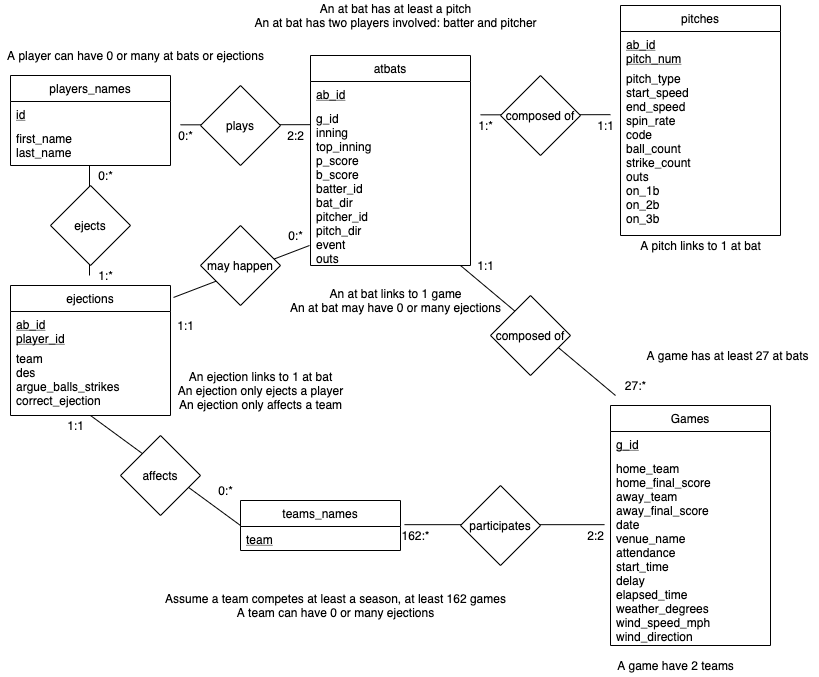
Earlier version of the draw.io export Design/ER Model/MLB_ER.png (Matt1504/ECE356-Project). Source tidied: cells renumbered, new cells last; positions are measured from the earlier drawing's top-left corner, leaving out a move shared by most shapes.
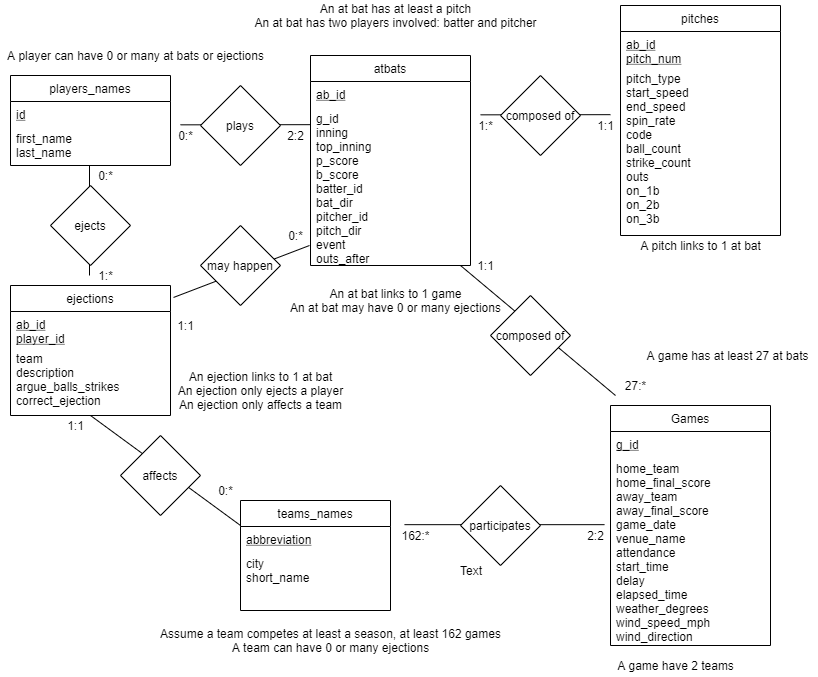
The same file after the commit.

The edit, as a diff of the source:
```diff
@@ -1,50 +1,50 @@
-<mxGraphModel background="#ffffff">
+<mxGraphModel>
   <root>
-    <mxCell id="0" />
-    <mxCell id="1" parent="0" />
-    <mxCell id="2" style="endArrow=none;html=1;" parent="1" edge="1">
-      <mxGeometry relative="1" as="geometry">
-        <mxPoint x="460" y="265" as="sourcePoint" />
-        <mxPoint x="615" y="395" as="targetPoint" />
-      </mxGeometry>
-    </mxCell>
-    <mxCell id="3" style="endArrow=none;html=1;" parent="1" edge="1">
-      <mxGeometry relative="1" as="geometry">
-        <mxPoint x="180" y="124.3" as="sourcePoint" />
-        <mxPoint x="310" y="124.2" as="targetPoint" />
-      </mxGeometry>
-    </mxCell>
-    <mxCell id="4" style="endArrow=none;html=1;" parent="1" edge="1">
-      <mxGeometry relative="1" as="geometry">
-        <mxPoint x="480" y="114.3" as="sourcePoint" />
-        <mxPoint x="610" y="114.2" as="targetPoint" />
-      </mxGeometry>
-    </mxCell>
-    <mxCell id="5" style="endArrow=none;html=1;" parent="1" edge="1">
-      <mxGeometry relative="1" as="geometry">
-        <mxPoint x="404" y="524.2" as="sourcePoint" />
-        <mxPoint x="604" y="524.2" as="targetPoint" />
-      </mxGeometry>
-    </mxCell>
+    <mxCell id="55" />
+    <mxCell id="56" parent="55" />
+    <mxCell id="57" style="endArrow=none;html=1;" parent="56" edge="1">
+      <mxGeometry relative="1" as="geometry">
+        <mxPoint x="460" y="265" as="sourcePoint" />
+        <mxPoint x="615" y="395" as="targetPoint" />
+      </mxGeometry>
+    </mxCell>
+    <mxCell id="58" style="endArrow=none;html=1;" parent="56" edge="1">
+      <mxGeometry relative="1" as="geometry">
+        <mxPoint x="180" y="124.3" as="sourcePoint" />
+        <mxPoint x="310" y="124.2" as="targetPoint" />
+      </mxGeometry>
+    </mxCell>
+    <mxCell id="59" style="endArrow=none;html=1;" parent="56" edge="1">
+      <mxGeometry relative="1" as="geometry">
+        <mxPoint x="480" y="114.3" as="sourcePoint" />
+        <mxPoint x="610" y="114.2" as="targetPoint" />
+      </mxGeometry>
+    </mxCell>
+    <mxCell id="60" style="endArrow=none;html=1;" parent="56" edge="1">
+      <mxGeometry relative="1" as="geometry">
+        <mxPoint x="404" y="524.2" as="sourcePoint" />
+        <mxPoint x="604" y="524.2" as="targetPoint" />
+      </mxGeometry>
+    </mxCell>
-    <mxCell id="6" value="Games" style="swimlane;fontStyle=0;align=center;verticalAlign=top;horizontal=1;startSize=26;rounded=0;shadow=0;strokeWidth=1;" parent="1" vertex="1">
+    <mxCell id="6" value="Games" style="swimlane;fontStyle=0;align=center;verticalAlign=top;horizontal=1;startSize=26;rounded=0;shadow=0;strokeWidth=1;" parent="56" vertex="1">
       <mxGeometry x="610" y="405" width="160" height="240" as="geometry" />
     </mxCell>
     <mxCell id="7" value="g_id" style="text;align=left;verticalAlign=top;spacingLeft=4;spacingRight=4;overflow=hidden;fontStyle=4;" parent="6" vertex="1">
       <mxGeometry y="26" width="160" height="24" as="geometry" />
     </mxCell>
-    <mxCell id="8" value="home_team&#10;home_final_score&#10;away_team&#10;away_final_score&#10;date&#10;venue_name&#10;attendance&#10;start_time&#10;delay&#10;elapsed_time&#10;weather_degrees&#10;wind_speed_mph&#10;wind_direction" style="text;align=left;verticalAlign=top;spacingLeft=4;spacingRight=4;overflow=hidden;fontStyle=0;" parent="6" vertex="1">
-      <mxGeometry y="50" width="160" height="190" as="geometry" />
-    </mxCell>
+    <mxCell id="61" value="home_team&#10;home_final_score&#10;away_team&#10;away_final_score&#10;game_date&#10;venue_name&#10;attendance&#10;start_time&#10;delay&#10;elapsed_time&#10;weather_degrees&#10;wind_speed_mph&#10;wind_direction" style="text;align=left;verticalAlign=top;spacingLeft=4;spacingRight=4;overflow=hidden;fontStyle=0;" parent="6" vertex="1">
+      <mxGeometry y="50" width="160" height="190" as="geometry" />
+    </mxCell>
-    <mxCell id="9" value="atbats" style="swimlane;fontStyle=0;align=center;verticalAlign=top;horizontal=1;startSize=26;rounded=0;shadow=0;strokeWidth=1;" parent="1" vertex="1">
+    <mxCell id="9" value="atbats" style="swimlane;fontStyle=0;align=center;verticalAlign=top;horizontal=1;startSize=26;rounded=0;shadow=0;strokeWidth=1;" parent="56" vertex="1">
       <mxGeometry x="310" y="55" width="160" height="210" as="geometry" />
     </mxCell>
     <mxCell id="10" value="ab_id" style="text;align=left;verticalAlign=top;spacingLeft=4;spacingRight=4;overflow=hidden;fontStyle=4;" parent="9" vertex="1">
       <mxGeometry y="26" width="160" height="24" as="geometry" />
     </mxCell>
-    <mxCell id="11" value="g_id&#10;inning&#10;top_inning&#10;p_score&#10;b_score&#10;batter_id&#10;bat_dir&#10;pitcher_id&#10;pitch_dir&#10;event&#10;outs" style="text;align=left;verticalAlign=top;spacingLeft=4;spacingRight=4;overflow=hidden;fontStyle=0;" parent="9" vertex="1">
-      <mxGeometry y="50" width="160" height="160" as="geometry" />
-    </mxCell>
+    <mxCell id="62" value="g_id&#10;inning&#10;top_inning&#10;p_score&#10;b_score&#10;batter_id&#10;bat_dir&#10;pitcher_id&#10;pitch_dir&#10;event&#10;outs_after" style="text;align=left;verticalAlign=top;spacingLeft=4;spacingRight=4;overflow=hidden;fontStyle=0;" parent="9" vertex="1">
+      <mxGeometry y="50" width="160" height="160" as="geometry" />
+    </mxCell>
-    <mxCell id="12" value="players_names" style="swimlane;fontStyle=0;align=center;verticalAlign=top;horizontal=1;startSize=26;rounded=0;shadow=0;strokeWidth=1;" parent="1" vertex="1">
+    <mxCell id="12" value="players_names" style="swimlane;fontStyle=0;align=center;verticalAlign=top;horizontal=1;startSize=26;rounded=0;shadow=0;strokeWidth=1;" parent="56" vertex="1">
       <mxGeometry x="10" y="75" width="160" height="90" as="geometry" />
     </mxCell>
     <mxCell id="13" value="id" style="text;align=left;verticalAlign=top;spacingLeft=4;spacingRight=4;overflow=hidden;fontStyle=4;" parent="12" vertex="1">
@@ -53,7 +53,7 @@
     <mxCell id="14" value="first_name&#10;last_name" style="text;align=left;verticalAlign=top;spacingLeft=4;spacingRight=4;overflow=hidden;fontStyle=0;" parent="12" vertex="1">
       <mxGeometry y="50" width="160" height="40" as="geometry" />
     </mxCell>
-    <mxCell id="15" value="pitches" style="swimlane;fontStyle=0;align=center;verticalAlign=top;horizontal=1;startSize=26;rounded=0;shadow=0;strokeWidth=1;perimeterSpacing=0;" parent="1" vertex="1">
+    <mxCell id="15" value="pitches" style="swimlane;fontStyle=0;align=center;verticalAlign=top;horizontal=1;startSize=26;rounded=0;shadow=0;strokeWidth=1;perimeterSpacing=0;" parent="56" vertex="1">
       <mxGeometry x="620" y="5" width="160" height="230" as="geometry" />
     </mxCell>
     <mxCell id="16" value="ab_id&#10;pitch_num" style="text;align=left;verticalAlign=top;spacingLeft=4;spacingRight=4;overflow=hidden;fontStyle=4;" parent="15" vertex="1">
@@ -62,123 +62,129 @@
     <mxCell id="17" value="pitch_type&#10;start_speed&#10;end_speed&#10;spin_rate&#10;code&#10;ball_count&#10;strike_count&#10;outs&#10;on_1b&#10;on_2b&#10;on_3b" style="text;align=left;verticalAlign=top;spacingLeft=4;spacingRight=4;overflow=hidden;fontStyle=0;" parent="15" vertex="1">
       <mxGeometry y="60" width="160" height="170" as="geometry" />
     </mxCell>
-    <mxCell id="18" value="teams_names" style="swimlane;fontStyle=0;align=center;verticalAlign=top;horizontal=1;startSize=26;rounded=0;shadow=0;strokeWidth=1;" parent="1" vertex="1">
-      <mxGeometry x="240" y="500" width="160" height="50" as="geometry" />
+    <mxCell id="18" value="teams_names" style="swimlane;fontStyle=0;align=center;verticalAlign=top;horizontal=1;startSize=26;rounded=0;shadow=0;strokeWidth=1;" parent="56" vertex="1">
+      <mxGeometry x="240" y="500" width="150" height="110" as="geometry" />
     </mxCell>
-    <mxCell id="19" value="team" style="text;align=left;verticalAlign=top;spacingLeft=4;spacingRight=4;overflow=hidden;fontStyle=4;" parent="18" vertex="1">
-      <mxGeometry y="26" width="160" height="24" as="geometry" />
-    </mxCell>
+    <mxCell id="63" value="abbreviation" style="text;align=left;verticalAlign=top;spacingLeft=4;spacingRight=4;overflow=hidden;fontStyle=4;" parent="18" vertex="1">
+      <mxGeometry y="26" width="150" height="24" as="geometry" />
+    </mxCell>
+    <mxCell id="64" value="city&#10;short_name" style="text;align=left;verticalAlign=top;spacingLeft=4;spacingRight=4;overflow=hidden;fontStyle=0;" parent="18" vertex="1">
+      <mxGeometry y="50" width="150" height="40" as="geometry" />
+    </mxCell>
-    <mxCell id="20" value="participates" style="rhombus;whiteSpace=wrap;html=1;" parent="1" vertex="1">
+    <mxCell id="20" value="participates" style="rhombus;whiteSpace=wrap;html=1;" parent="56" vertex="1">
       <mxGeometry x="460" y="485" width="80" height="80" as="geometry" />
     </mxCell>
-    <mxCell id="21" value="composed of" style="rhombus;whiteSpace=wrap;html=1;" parent="1" vertex="1">
-      <mxGeometry x="490" y="295" width="80" height="80" as="geometry" />
-    </mxCell>
+    <mxCell id="65" value="composed of" style="rhombus;whiteSpace=wrap;html=1;" parent="56" vertex="1">
+      <mxGeometry x="490" y="295" width="80" height="80" as="geometry" />
+    </mxCell>
-    <mxCell id="22" value="plays" style="rhombus;whiteSpace=wrap;html=1;" parent="1" vertex="1">
+    <mxCell id="22" value="plays" style="rhombus;whiteSpace=wrap;html=1;" parent="56" vertex="1">
       <mxGeometry x="200" y="85" width="80" height="80" as="geometry" />
     </mxCell>
-    <mxCell id="23" value="composed of" style="rhombus;whiteSpace=wrap;html=1;" parent="1" vertex="1">
-      <mxGeometry x="500" y="75" width="80" height="80" as="geometry" />
-    </mxCell>
-    <mxCell id="24" style="endArrow=none;html=1;entryX=1.019;entryY=0.092;entryDx=0;entryDy=0;entryPerimeter=0;" parent="1" edge="1" target="36">
-      <mxGeometry relative="1" as="geometry">
-        <mxPoint x="309" y="245" as="sourcePoint" />
-      </mxGeometry>
-    </mxCell>
+    <mxCell id="66" value="composed of" style="rhombus;whiteSpace=wrap;html=1;" parent="56" vertex="1">
+      <mxGeometry x="500" y="75" width="80" height="80" as="geometry" />
+    </mxCell>
+    <mxCell id="67" style="endArrow=none;html=1;entryX=1.019;entryY=0.092;entryDx=0;entryDy=0;entryPerimeter=0;" parent="56" edge="1" target="36">
+      <mxGeometry relative="1" as="geometry">
+        <mxPoint x="309" y="245" as="sourcePoint" />
+      </mxGeometry>
+    </mxCell>
-    <mxCell id="25" value="may happen" style="rhombus;whiteSpace=wrap;html=1;" parent="1" vertex="1">
+    <mxCell id="25" value="may happen" style="rhombus;whiteSpace=wrap;html=1;" parent="56" vertex="1">
       <mxGeometry x="200" y="225" width="80" height="80" as="geometry" />
     </mxCell>
-    <mxCell id="26" value="162:*" style="text;html=1;align=center;verticalAlign=middle;" parent="1" vertex="1">
+    <mxCell id="26" value="162:*" style="text;html=1;align=center;verticalAlign=middle;" parent="56" vertex="1">
       <mxGeometry x="395" y="525" width="40" height="20" as="geometry" />
     </mxCell>
-    <mxCell id="27" value="2:2" style="text;html=1;align=center;verticalAlign=middle;" parent="1" vertex="1">
-      <mxGeometry x="580" y="525" width="30" height="20" as="geometry" />
-    </mxCell>
+    <mxCell id="68" value="2:2" style="text;html=1;align=center;verticalAlign=middle;" parent="56" vertex="1">
+      <mxGeometry x="580" y="525" width="30" height="20" as="geometry" />
+    </mxCell>
-    <mxCell id="28" value="27:*" style="text;html=1;align=center;verticalAlign=middle;" parent="1" vertex="1">
+    <mxCell id="28" value="27:*" style="text;html=1;align=center;verticalAlign=middle;" parent="56" vertex="1">
       <mxGeometry x="615" y="375" width="40" height="20" as="geometry" />
     </mxCell>
-    <mxCell id="29" value="1:1" style="text;html=1;align=center;verticalAlign=middle;" parent="1" vertex="1">
-      <mxGeometry x="470" y="255" width="30" height="20" as="geometry" />
-    </mxCell>
-    <mxCell id="30" value="0:*" style="text;html=1;align=center;verticalAlign=middle;" parent="1" vertex="1">
-      <mxGeometry x="170" y="125" width="30" height="20" as="geometry" />
-    </mxCell>
-    <mxCell id="31" value="2:2" style="text;html=1;align=center;verticalAlign=middle;" parent="1" vertex="1">
-      <mxGeometry x="280" y="125" width="30" height="20" as="geometry" />
-    </mxCell>
-    <mxCell id="32" value="1:*" style="text;html=1;align=center;verticalAlign=middle;" parent="1" vertex="1">
-      <mxGeometry x="470" y="115" width="30" height="20" as="geometry" />
-    </mxCell>
-    <mxCell id="33" value="1:1" style="text;html=1;align=center;verticalAlign=middle;" parent="1" vertex="1">
-      <mxGeometry x="590" y="115" width="30" height="20" as="geometry" />
-    </mxCell>
-    <mxCell id="34" value="1:1" style="text;html=1;align=center;verticalAlign=middle;" parent="1" vertex="1">
-      <mxGeometry x="170" y="315" width="30" height="20" as="geometry" />
-    </mxCell>
-    <mxCell id="35" value="0:*" style="text;html=1;align=center;verticalAlign=middle;" parent="1" vertex="1">
-      <mxGeometry x="280" y="225" width="30" height="20" as="geometry" />
-    </mxCell>
+    <mxCell id="69" value="1:1" style="text;html=1;align=center;verticalAlign=middle;" parent="56" vertex="1">
+      <mxGeometry x="470" y="255" width="30" height="20" as="geometry" />
+    </mxCell>
+    <mxCell id="70" value="0:*" style="text;html=1;align=center;verticalAlign=middle;" parent="56" vertex="1">
+      <mxGeometry x="170" y="125" width="30" height="20" as="geometry" />
+    </mxCell>
+    <mxCell id="71" value="2:2" style="text;html=1;align=center;verticalAlign=middle;" parent="56" vertex="1">
+      <mxGeometry x="280" y="125" width="30" height="20" as="geometry" />
+    </mxCell>
+    <mxCell id="72" value="1:*" style="text;html=1;align=center;verticalAlign=middle;" parent="56" vertex="1">
+      <mxGeometry x="470" y="115" width="30" height="20" as="geometry" />
+    </mxCell>
+    <mxCell id="73" value="1:1" style="text;html=1;align=center;verticalAlign=middle;" parent="56" vertex="1">
+      <mxGeometry x="590" y="115" width="30" height="20" as="geometry" />
+    </mxCell>
+    <mxCell id="74" value="1:1" style="text;html=1;align=center;verticalAlign=middle;" parent="56" vertex="1">
+      <mxGeometry x="170" y="315" width="30" height="20" as="geometry" />
+    </mxCell>
+    <mxCell id="75" value="0:*" style="text;html=1;align=center;verticalAlign=middle;" parent="56" vertex="1">
+      <mxGeometry x="280" y="225" width="30" height="20" as="geometry" />
+    </mxCell>
-    <mxCell id="36" value="ejections" style="swimlane;fontStyle=0;align=center;verticalAlign=top;horizontal=1;startSize=26;rounded=0;shadow=0;strokeWidth=1;" parent="1" vertex="1">
+    <mxCell id="36" value="ejections" style="swimlane;fontStyle=0;align=center;verticalAlign=top;horizontal=1;startSize=26;rounded=0;shadow=0;strokeWidth=1;" parent="56" vertex="1">
       <mxGeometry x="10" y="285" width="160" height="130" as="geometry" />
     </mxCell>
     <mxCell id="37" value="ab_id&#10;player_id" style="text;align=left;verticalAlign=top;spacingLeft=4;spacingRight=4;overflow=hidden;fontStyle=4;" parent="36" vertex="1">
       <mxGeometry y="26" width="160" height="34" as="geometry" />
     </mxCell>
-    <mxCell id="38" value="team&#10;des&#10;argue_balls_strikes&#10;correct_ejection" style="text;align=left;verticalAlign=top;spacingLeft=4;spacingRight=4;overflow=hidden;fontStyle=0;" parent="36" vertex="1">
-      <mxGeometry y="60" width="160" height="60" as="geometry" />
-    </mxCell>
-    <mxCell id="39" style="endArrow=none;html=1;entryX=0.5;entryY=1;entryDx=0;entryDy=0;" parent="1" edge="1" target="36">
-      <mxGeometry relative="1" as="geometry">
-        <mxPoint x="240" y="525" as="sourcePoint" />
-      </mxGeometry>
-    </mxCell>
+    <mxCell id="76" value="team&#10;description&#10;argue_balls_strikes&#10;correct_ejection" style="text;align=left;verticalAlign=top;spacingLeft=4;spacingRight=4;overflow=hidden;fontStyle=0;" parent="36" vertex="1">
+      <mxGeometry y="60" width="160" height="60" as="geometry" />
+    </mxCell>
+    <mxCell id="77" style="endArrow=none;html=1;entryX=0.5;entryY=1;entryDx=0;entryDy=0;" parent="56" edge="1" target="36">
+      <mxGeometry relative="1" as="geometry">
+        <mxPoint x="240" y="525" as="sourcePoint" />
+      </mxGeometry>
+    </mxCell>
-    <mxCell id="40" value="affects" style="rhombus;whiteSpace=wrap;html=1;" parent="1" vertex="1">
+    <mxCell id="40" value="affects" style="rhombus;whiteSpace=wrap;html=1;" parent="56" vertex="1">
       <mxGeometry x="120" y="435" width="80" height="80" as="geometry" />
     </mxCell>
-    <mxCell id="41" value="1:1" style="text;html=1;align=center;verticalAlign=middle;" parent="1" vertex="1">
-      <mxGeometry x="60" y="415" width="30" height="20" as="geometry" />
-    </mxCell>
-    <mxCell id="42" value="0:*" style="text;html=1;align=center;verticalAlign=middle;" parent="1" vertex="1">
-      <mxGeometry x="210" y="480" width="30" height="20" as="geometry" />
-    </mxCell>
-    <mxCell id="43" style="endArrow=none;html=1;entryX=0.5;entryY=1;entryDx=0;entryDy=0;" parent="1" edge="1">
-      <mxGeometry relative="1" as="geometry">
-        <mxPoint x="89" y="275" as="sourcePoint" />
-        <mxPoint x="89" y="165" as="targetPoint" />
-      </mxGeometry>
-    </mxCell>
+    <mxCell id="78" value="1:1" style="text;html=1;align=center;verticalAlign=middle;" parent="56" vertex="1">
+      <mxGeometry x="60" y="415" width="30" height="20" as="geometry" />
+    </mxCell>
+    <mxCell id="79" value="0:*" style="text;html=1;align=center;verticalAlign=middle;" parent="56" vertex="1">
+      <mxGeometry x="210" y="480" width="30" height="20" as="geometry" />
+    </mxCell>
+    <mxCell id="80" style="endArrow=none;html=1;entryX=0.5;entryY=1;entryDx=0;entryDy=0;" parent="56" edge="1">
+      <mxGeometry relative="1" as="geometry">
+        <mxPoint x="89" y="275" as="sourcePoint" />
+        <mxPoint x="89" y="165" as="targetPoint" />
+      </mxGeometry>
+    </mxCell>
-    <mxCell id="44" value="ejects" style="rhombus;whiteSpace=wrap;html=1;" parent="1" vertex="1">
+    <mxCell id="44" value="ejects" style="rhombus;whiteSpace=wrap;html=1;" parent="56" vertex="1">
       <mxGeometry x="50" y="185" width="80" height="80" as="geometry" />
     </mxCell>
-    <mxCell id="45" value="0:*" style="text;html=1;align=center;verticalAlign=middle;" parent="1" vertex="1">
-      <mxGeometry x="90" y="165" width="30" height="20" as="geometry" />
-    </mxCell>
-    <mxCell id="46" value="1:*" style="text;html=1;align=center;verticalAlign=middle;" parent="1" vertex="1">
-      <mxGeometry x="90" y="265" width="30" height="20" as="geometry" />
-    </mxCell>
+    <mxCell id="81" value="0:*" style="text;html=1;align=center;verticalAlign=middle;" parent="56" vertex="1">
+      <mxGeometry x="90" y="165" width="30" height="20" as="geometry" />
+    </mxCell>
+    <mxCell id="82" value="1:*" style="text;html=1;align=center;verticalAlign=middle;" parent="56" vertex="1">
+      <mxGeometry x="90" y="265" width="30" height="20" as="geometry" />
+    </mxCell>
-    <mxCell id="47" value="A game have 2 teams" style="text;html=1;align=center;verticalAlign=middle;" parent="1" vertex="1">
+    <mxCell id="47" value="A game have 2 teams" style="text;html=1;align=center;verticalAlign=middle;" parent="56" vertex="1">
       <mxGeometry x="610" y="655" width="130" height="20" as="geometry" />
     </mxCell>
-    <mxCell id="48" value="Assume a team competes at least a season, at least 162 games&lt;br&gt;A team can have 0 or many ejections" style="text;html=1;align=center;verticalAlign=middle;" parent="1" vertex="1">
-      <mxGeometry x="155" y="590" width="360" height="30" as="geometry" />
+    <mxCell id="48" value="Assume a team competes at least a season, at least 162 games&lt;br&gt;A team can have 0 or many ejections" style="text;html=1;align=center;verticalAlign=middle;" parent="56" vertex="1">
+      <mxGeometry x="150" y="625" width="360" height="30" as="geometry" />
     </mxCell>
-    <mxCell id="49" value="A game has at least 27 at bats" style="text;html=1;align=center;verticalAlign=middle;" parent="1" vertex="1">
+    <mxCell id="49" value="A game has at least 27 at bats" style="text;html=1;align=center;verticalAlign=middle;" parent="56" vertex="1">
       <mxGeometry x="637" y="345" width="180" height="20" as="geometry" />
     </mxCell>
-    <mxCell id="50" value="A pitch links to 1 at bat" style="text;html=1;align=center;verticalAlign=middle;" parent="1" vertex="1">
+    <mxCell id="50" value="A pitch links to 1 at bat" style="text;html=1;align=center;verticalAlign=middle;" parent="56" vertex="1">
       <mxGeometry x="630" y="235" width="140" height="20" as="geometry" />
     </mxCell>
-    <mxCell id="51" value="An at bat has at least a pitch&lt;br&gt;An at bat has two players involved: batter and pitcher" style="text;html=1;align=center;verticalAlign=middle;" parent="1" vertex="1">
+    <mxCell id="51" value="An at bat has at least a pitch&lt;br&gt;An at bat has two players involved: batter and pitcher" style="text;html=1;align=center;verticalAlign=middle;" parent="56" vertex="1">
       <mxGeometry x="245" width="300" height="30" as="geometry" />
     </mxCell>
-    <mxCell id="52" value="An at bat links to 1 game&lt;br&gt;An at bat may have 0 or many ejections" style="text;html=1;align=center;verticalAlign=middle;" parent="1" vertex="1">
+    <mxCell id="52" value="An at bat links to 1 game&lt;br&gt;An at bat may have 0 or many ejections" style="text;html=1;align=center;verticalAlign=middle;" parent="56" vertex="1">
       <mxGeometry x="280" y="285" width="230" height="30" as="geometry" />
     </mxCell>
-    <mxCell id="53" value="A player can have 0 or many at bats or ejections" style="text;html=1;align=center;verticalAlign=middle;" parent="1" vertex="1">
+    <mxCell id="53" value="A player can have 0 or many at bats or ejections" style="text;html=1;align=center;verticalAlign=middle;" parent="56" vertex="1">
       <mxGeometry y="45" width="270" height="20" as="geometry" />
     </mxCell>
-    <mxCell id="54" value="An ejection links to 1 at bat&lt;br&gt;An ejection only ejects a player&lt;br&gt;An ejection only affects a team" style="text;html=1;align=center;verticalAlign=middle;" parent="1" vertex="1">
+    <mxCell id="54" value="An ejection links to 1 at bat&lt;br&gt;An ejection only ejects a player&lt;br&gt;An ejection only affects a team" style="text;html=1;align=center;verticalAlign=middle;" parent="56" vertex="1">
       <mxGeometry x="170" y="365" width="180" height="50" as="geometry" />
     </mxCell>
+    <mxCell id="83" value="Text" style="text;html=1;strokeColor=none;fillColor=none;align=center;verticalAlign=middle;whiteSpace=wrap;rounded=0;" parent="56" vertex="1">
+      <mxGeometry x="451" y="560" width="40" height="20" as="geometry" />
+    </mxCell>
   </root>
 </mxGraphModel>
```
